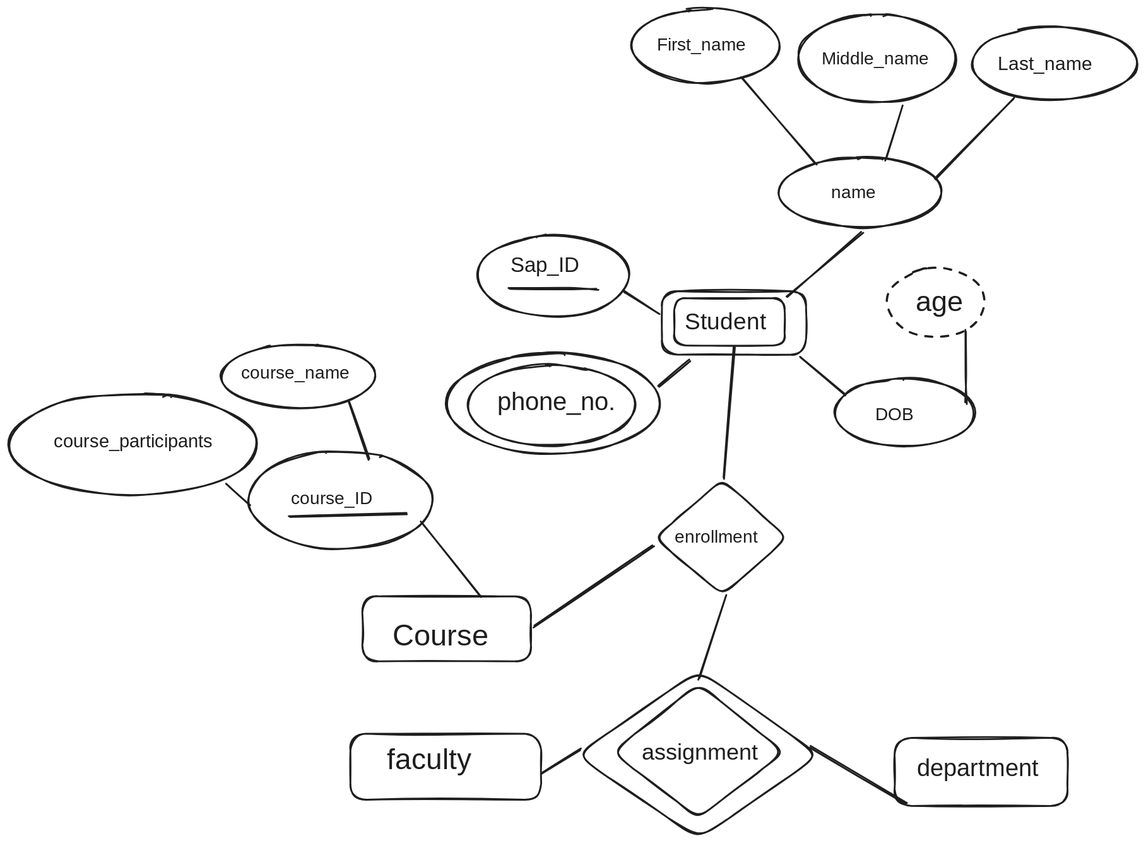
Before: Notes Factory/Semister 3/Rough Work/t1.excalidraw.svg, a diagram exported from Excalidraw (P7XCKD/NF). Source tidied: one line per element, renumbered; positions are measured from the earlier drawing's top-left corner, leaving out a move shared by most shapes. Its diagram source:
```json
{"id": 0, "type": "rectangle", "strokeColor": "#1e1e1e", "strokeWidth": 2, "roughness": 1, "round": true, "x": 400, "y": 665, "width": 191, "height": 74}
{"id": 1, "type": "text", "text": "Course", "strokeColor": "#1e1e1e", "strokeWidth": 2, "roughness": 1, "fontSize": 33.68, "fontFamily": 1, "x": 434, "y": 690, "width": 111, "height": 42}
{"id": 2, "type": "rectangle", "strokeColor": "#1e1e1e", "strokeWidth": 2, "roughness": 1, "round": true, "x": 739, "y": 320, "width": 163, "height": 72}
{"id": 3, "type": "text", "text": "Student", "strokeColor": "#1e1e1e", "strokeWidth": 2, "roughness": 1, "fontSize": 26.09, "fontFamily": 1, "x": 765, "y": 340, "width": 101, "height": 33}
{"id": 4, "type": "ellipse", "strokeColor": "#1e1e1e", "strokeWidth": 2, "roughness": 1, "round": true, "x": 530, "y": 256, "width": 172, "height": 91}
{"id": 5, "type": "text", "text": "Sap_ID", "strokeColor": "#1e1e1e", "strokeWidth": 2, "roughness": 1, "fontSize": 23.41, "fontFamily": 1, "x": 568, "y": 276, "width": 92, "height": 29}
{"id": 6, "type": "line", "strokeColor": "#1e1e1e", "strokeWidth": 2, "roughness": 1, "round": true, "x": 567, "y": 317, "width": 99, "height": 0, "points": [[0, 0], [67, 0], [99, 0]]}
{"id": 7, "type": "ellipse", "strokeColor": "#1e1e1e", "strokeWidth": 2, "roughness": 1, "round": true, "x": 705, "y": 0, "width": 167, "height": 84}
{"id": 8, "type": "ellipse", "strokeColor": "#1e1e1e", "strokeWidth": 2, "roughness": 1, "round": true, "x": 893, "y": 6, "width": 178, "height": 100}
{"id": 9, "type": "text", "text": "First_name", "strokeColor": "#1e1e1e", "strokeWidth": 2, "roughness": 1, "fontSize": 20, "fontFamily": 1, "x": 733, "y": 30, "width": 109, "height": 25}
{"id": 10, "type": "ellipse", "strokeColor": "#1e1e1e", "strokeWidth": 2, "roughness": 1, "round": true, "x": 1090, "y": 21, "width": 187, "height": 82}
{"id": 11, "type": "text", "text": "Middle_name", "strokeColor": "#1e1e1e", "strokeWidth": 2, "roughness": 1, "fontSize": 20, "fontFamily": 1, "x": 920, "y": 45, "width": 121, "height": 25}
{"id": 12, "type": "text", "text": "Last_name", "strokeColor": "#1e1e1e", "strokeWidth": 2, "roughness": 1, "fontSize": 21.68, "fontFamily": 1, "x": 1119, "y": 50, "width": 119, "height": 27}
{"id": 13, "type": "ellipse", "strokeColor": "#1e1e1e", "strokeWidth": 2, "roughness": 1, "round": true, "x": 935, "y": 419, "width": 158, "height": 77}
{"id": 14, "type": "text", "text": "DOB", "strokeColor": "#1e1e1e", "strokeWidth": 2, "roughness": 1, "fontSize": 20, "fontFamily": 1, "x": 981, "y": 448, "width": 45, "height": 25}
{"id": 15, "type": "ellipse", "strokeColor": "#1e1e1e", "strokeWidth": 2, "roughness": 1, "round": true, "x": 519, "y": 403, "width": 189, "height": 91}
{"id": 16, "type": "text", "text": "phone_no.", "strokeColor": "#1e1e1e", "strokeWidth": 2, "roughness": 1, "fontSize": 28.89, "fontFamily": 1, "x": 553, "y": 428, "width": 135, "height": 36}
{"id": 17, "type": "ellipse", "strokeColor": "#1e1e1e", "strokeWidth": 2, "roughness": 1, "round": true, "x": 496, "y": 390, "width": 241, "height": 114}
{"id": 18, "type": "ellipse", "strokeColor": "#1e1e1e", "strokeWidth": 2, "roughness": 1, "round": true, "x": 872, "y": 168, "width": 184, "height": 79}
{"id": 19, "type": "text", "text": "name", "strokeColor": "#1e1e1e", "strokeWidth": 2, "roughness": 1, "fontSize": 20, "fontFamily": 1, "x": 931, "y": 196, "width": 46, "height": 25}
{"id": 20, "type": "line", "strokeColor": "#1e1e1e", "strokeWidth": 2, "roughness": 1, "round": true, "x": 992, "y": 171, "width": 18, "height": 61, "points": [[0, 0], [18, -61]]}
{"id": 21, "type": "line", "strokeColor": "#1e1e1e", "strokeWidth": 2, "roughness": 1, "round": true, "x": 1048, "y": 193, "width": 89, "height": 92, "points": [[0, 0], [89, -92]]}
{"id": 22, "type": "line", "strokeColor": "#1e1e1e", "strokeWidth": 2, "roughness": 1, "round": true, "x": 829, "y": 77, "width": 84, "height": 98, "points": [[0, 0], [84, 98]]}
{"id": 23, "type": "line", "strokeColor": "#1e1e1e", "strokeWidth": 2, "roughness": 1, "round": true, "x": 880, "y": 325, "width": 85, "height": 72, "points": [[0, 0], [85, -72]]}
{"id": 24, "type": "line", "strokeColor": "#1e1e1e", "strokeWidth": 2, "roughness": 1, "round": true, "x": 736, "y": 345, "width": 40, "height": 24, "points": [[0, 0], [-40, -24]]}
{"id": 25, "type": "line", "strokeColor": "#1e1e1e", "strokeWidth": 2, "roughness": 1, "round": true, "x": 736, "y": 428, "width": 36, "height": 30, "points": [[0, 0], [36, -30]]}
{"id": 26, "type": "line", "strokeColor": "#1e1e1e", "strokeWidth": 2, "roughness": 1, "round": true, "x": 895, "y": 395, "width": 51, "height": 42, "points": [[0, 0], [51, 42]]}
{"id": 27, "type": "line", "strokeColor": "#1e1e1e", "strokeWidth": 2, "roughness": 1, "round": true, "x": 1083, "y": 447, "width": 0, "height": 82, "points": [[0, 0], [0, -30], [0, -82]]}
{"id": 28, "type": "ellipse", "strokeColor": "#1e1e1e", "strokeWidth": 2, "strokeStyle": "dashed", "roughness": 1, "round": true, "x": 994, "y": 293, "width": 111, "height": 78}
{"id": 29, "type": "text", "text": "age", "strokeColor": "#1e1e1e", "strokeWidth": 2, "strokeStyle": "dashed", "roughness": 1, "fontSize": 32.34, "fontFamily": 1, "x": 1026, "y": 313, "width": 55, "height": 40}
{"id": 30, "type": "rectangle", "strokeColor": "#1e1e1e", "strokeWidth": 2, "roughness": 1, "round": true, "x": 753, "y": 328, "width": 125, "height": 54}
{"id": 31, "type": "diamond", "strokeColor": "#1e1e1e", "strokeWidth": 2, "roughness": 1, "round": true, "x": 731, "y": 533, "width": 150, "height": 131}
{"id": 32, "type": "text", "text": "enrollment ", "strokeColor": "#1e1e1e", "strokeWidth": 2, "roughness": 1, "fontSize": 20, "fontFamily": 1, "x": 753, "y": 586, "width": 105, "height": 25}
{"id": 33, "type": "line", "strokeColor": "#1e1e1e", "strokeWidth": 2, "roughness": 1, "round": true, "x": 822, "y": 382, "width": 13, "height": 150, "points": [[0, 0], [-13, 150]]}
{"id": 34, "type": "line", "strokeColor": "#1e1e1e", "strokeWidth": 2, "roughness": 1, "round": true, "x": 594, "y": 699, "width": 136, "height": 91, "points": [[0, 0], [136, -91]]}
{"id": 35, "type": "ellipse", "strokeColor": "#1e1e1e", "strokeWidth": 2, "roughness": 1, "round": true, "x": 271, "y": 500, "width": 209, "height": 112}
{"id": 36, "type": "text", "text": "course_ID", "strokeColor": "#1e1e1e", "strokeWidth": 2, "roughness": 1, "fontSize": 20, "fontFamily": 1, "x": 319, "y": 543, "width": 106, "height": 25}
{"id": 37, "type": "line", "strokeColor": "#1e1e1e", "strokeWidth": 2, "roughness": 1, "round": true, "x": 318, "y": 575, "width": 131, "height": 4, "points": [[0, 0], [131, -4]]}
{"id": 38, "type": "line", "strokeColor": "#1e1e1e", "strokeWidth": 2, "roughness": 1, "round": true, "x": 466, "y": 581, "width": 67, "height": 83, "points": [[0, 0], [67, 83]]}
{"id": 39, "type": "ellipse", "strokeColor": "#1e1e1e", "strokeWidth": 2, "roughness": 1, "round": true, "x": 241, "y": 380, "width": 174, "height": 72}
{"id": 40, "type": "text", "text": "course_name", "strokeColor": "#1e1e1e", "strokeWidth": 2, "roughness": 1, "fontSize": 20, "fontFamily": 1, "x": 262, "y": 401, "width": 126, "height": 25}
{"id": 41, "type": "ellipse", "strokeColor": "#1e1e1e", "strokeWidth": 2, "roughness": 1, "round": true, "x": 0, "y": 436, "width": 281, "height": 115}
{"id": 42, "type": "text", "text": "course_participants", "strokeColor": "#1e1e1e", "strokeWidth": 2, "roughness": 1, "fontSize": 20.54, "fontFamily": 1, "x": 50, "y": 478, "width": 201, "height": 26}
{"id": 43, "type": "line", "strokeColor": "#1e1e1e", "strokeWidth": 2, "roughness": 1, "round": true, "x": 385, "y": 445, "width": 23, "height": 64, "points": [[0, 0], [23, 64]]}
{"id": 44, "type": "line", "strokeColor": "#1e1e1e", "strokeWidth": 2, "roughness": 1, "round": true, "x": 247, "y": 539, "width": 25, "height": 21, "points": [[0, 0], [25, 21]]}
{"id": 45, "type": "diamond", "strokeColor": "#1e1e1e", "strokeWidth": 2, "roughness": 1, "round": true, "x": 682, "y": 764, "width": 195, "height": 152}
{"id": 46, "type": "diamond", "strokeColor": "#1e1e1e", "strokeWidth": 2, "roughness": 1, "round": true, "x": 642, "y": 749, "width": 276, "height": 191}
{"id": 47, "type": "line", "strokeColor": "#1e1e1e", "strokeWidth": 2, "roughness": 1, "round": true, "x": 646, "y": 838, "width": 43, "height": 26, "points": [[0, 0], [-43, 26]]}
{"id": 48, "type": "text", "text": "assignment", "strokeColor": "#1e1e1e", "strokeWidth": 2, "roughness": 1, "fontSize": 25.48, "fontFamily": 1, "x": 717, "y": 827, "width": 131, "height": 32}
{"id": 49, "type": "line", "strokeColor": "#1e1e1e", "strokeWidth": 2, "roughness": 1, "round": true, "x": 782, "y": 759, "width": 29, "height": 94, "points": [[0, 0], [29, -94]]}
{"id": 50, "type": "rectangle", "strokeColor": "#1e1e1e", "strokeWidth": 2, "roughness": 1, "round": true, "x": 387, "y": 821, "width": 216, "height": 75}
{"id": 51, "type": "rectangle", "strokeColor": "#1e1e1e", "strokeWidth": 2, "roughness": 1, "round": true, "x": 1003, "y": 825, "width": 196, "height": 77}
{"id": 52, "type": "text", "text": "faculty ", "strokeColor": "#1e1e1e", "strokeWidth": 2, "roughness": 1, "fontSize": 32.93, "fontFamily": 1, "x": 428, "y": 830, "width": 132, "height": 41}
{"id": 53, "type": "text", "text": "department ", "strokeColor": "#1e1e1e", "strokeWidth": 2, "roughness": 1, "fontSize": 27.4, "fontFamily": 1, "x": 1028, "y": 843, "width": 164, "height": 34}
{"id": 54, "type": "line", "strokeColor": "#1e1e1e", "strokeWidth": 2, "roughness": 1, "round": true, "x": 906, "y": 836, "width": 111, "height": 64, "points": [[0, 0], [111, 64]]}
```
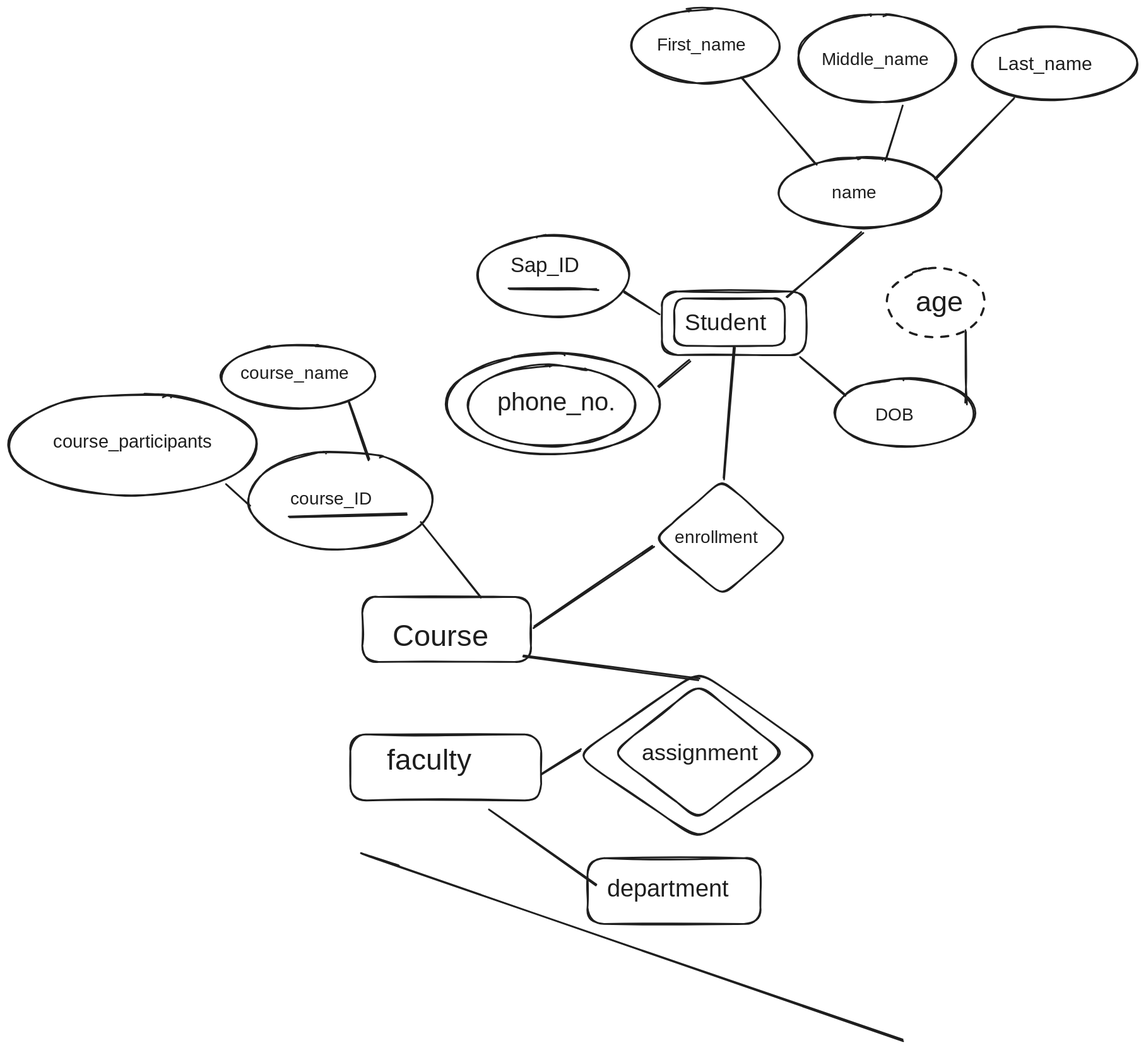
After the change.

Diff of the diagram source:
```diff
@@ -47,9 +47,10 @@
 {"id": 46, "type": "diamond", "strokeColor": "#1e1e1e", "strokeWidth": 2, "roughness": 1, "round": true, "x": 642, "y": 749, "width": 276, "height": 191}
 {"id": 47, "type": "line", "strokeColor": "#1e1e1e", "strokeWidth": 2, "roughness": 1, "round": true, "x": 646, "y": 838, "width": 43, "height": 26, "points": [[0, 0], [-43, 26]]}
 {"id": 48, "type": "text", "text": "assignment", "strokeColor": "#1e1e1e", "strokeWidth": 2, "roughness": 1, "fontSize": 25.48, "fontFamily": 1, "x": 717, "y": 827, "width": 131, "height": 32}
-{"id": 49, "type": "line", "strokeColor": "#1e1e1e", "strokeWidth": 2, "roughness": 1, "round": true, "x": 782, "y": 759, "width": 29, "height": 94, "points": [[0, 0], [29, -94]]}
+{"id": 49, "type": "line", "strokeColor": "#1e1e1e", "strokeWidth": 2, "roughness": 1, "round": true, "x": 782, "y": 759, "width": 200, "height": 26, "points": [[0, 0], [-200, -26]]}
 {"id": 50, "type": "rectangle", "strokeColor": "#1e1e1e", "strokeWidth": 2, "roughness": 1, "round": true, "x": 387, "y": 821, "width": 216, "height": 75}
-{"id": 51, "type": "rectangle", "strokeColor": "#1e1e1e", "strokeWidth": 2, "roughness": 1, "round": true, "x": 1003, "y": 825, "width": 196, "height": 77}
+{"id": 51, "type": "rectangle", "strokeColor": "#1e1e1e", "strokeWidth": 2, "roughness": 1, "round": true, "x": 655, "y": 961, "width": 196, "height": 75}
 {"id": 52, "type": "text", "text": "faculty ", "strokeColor": "#1e1e1e", "strokeWidth": 2, "roughness": 1, "fontSize": 32.93, "fontFamily": 1, "x": 428, "y": 830, "width": 132, "height": 41}
-{"id": 53, "type": "text", "text": "department ", "strokeColor": "#1e1e1e", "strokeWidth": 2, "roughness": 1, "fontSize": 27.4, "fontFamily": 1, "x": 1028, "y": 843, "width": 164, "height": 34}
+{"id": 53, "type": "text", "text": "department ", "strokeColor": "#1e1e1e", "strokeWidth": 2, "roughness": 1, "fontSize": 27.4, "fontFamily": 1, "x": 677, "y": 979, "width": 164, "height": 34}
-{"id": 54, "type": "line", "strokeColor": "#1e1e1e", "strokeWidth": 2, "roughness": 1, "round": true, "x": 906, "y": 836, "width": 111, "height": 64, "points": [[0, 0], [111, 64]]}
+{"id": 55, "type": "line", "strokeColor": "#1e1e1e", "strokeWidth": 2, "roughness": 1, "round": true, "x": 544, "y": 906, "width": 120, "height": 85, "points": [[0, 0], [120, 85]]}
+{"id": 56, "type": "line", "strokeColor": "#1e1e1e", "strokeWidth": 2, "roughness": 1, "round": true, "x": 441, "y": 970, "width": 570, "height": 197, "points": [[0, 0], [0, 0], [570, 197]]}
```
